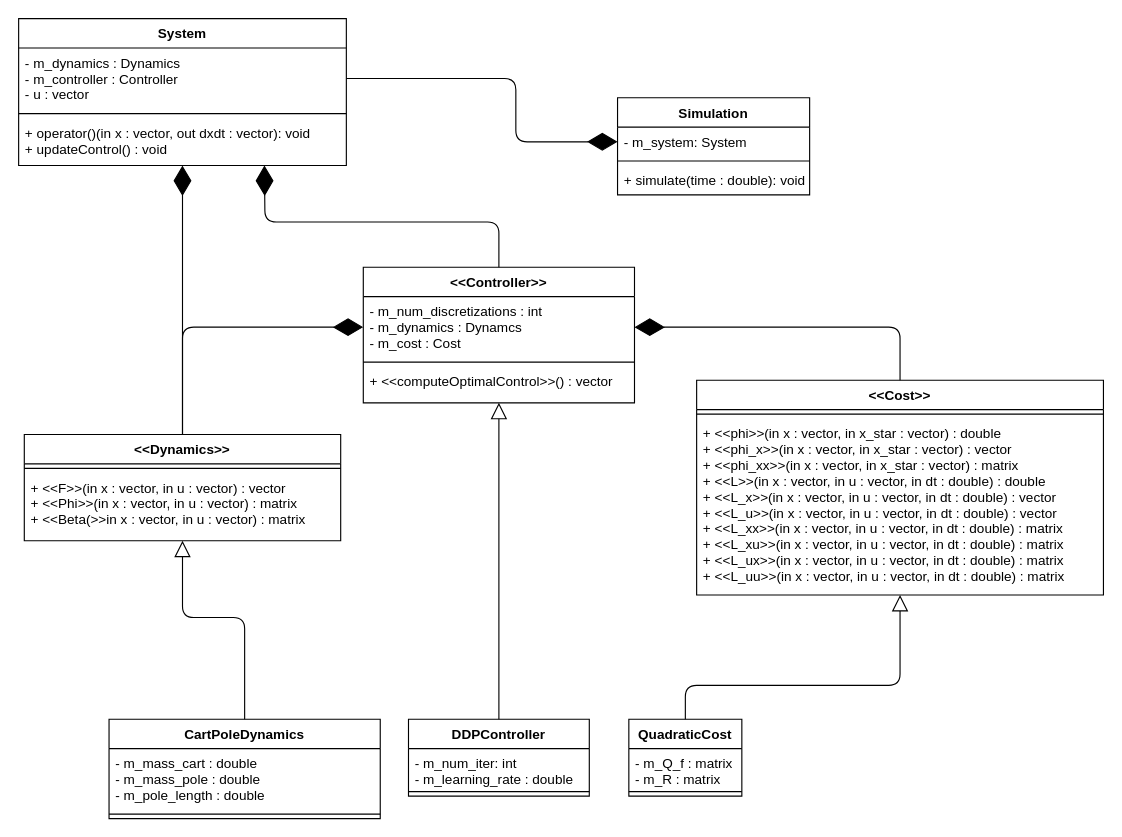
The draw.io diagram doc/mpc-sim-class-diagram.drawio in maitreyakv/aav-sim, before the edit. Source tidied: cells renumbered, new cells numbered last; positions are measured from the earlier drawing's top-left corner, leaving out a move shared by most shapes. Both pictures are drawn from the tidied source at 113%, with x=0, y=0 at pixel (18, 18).
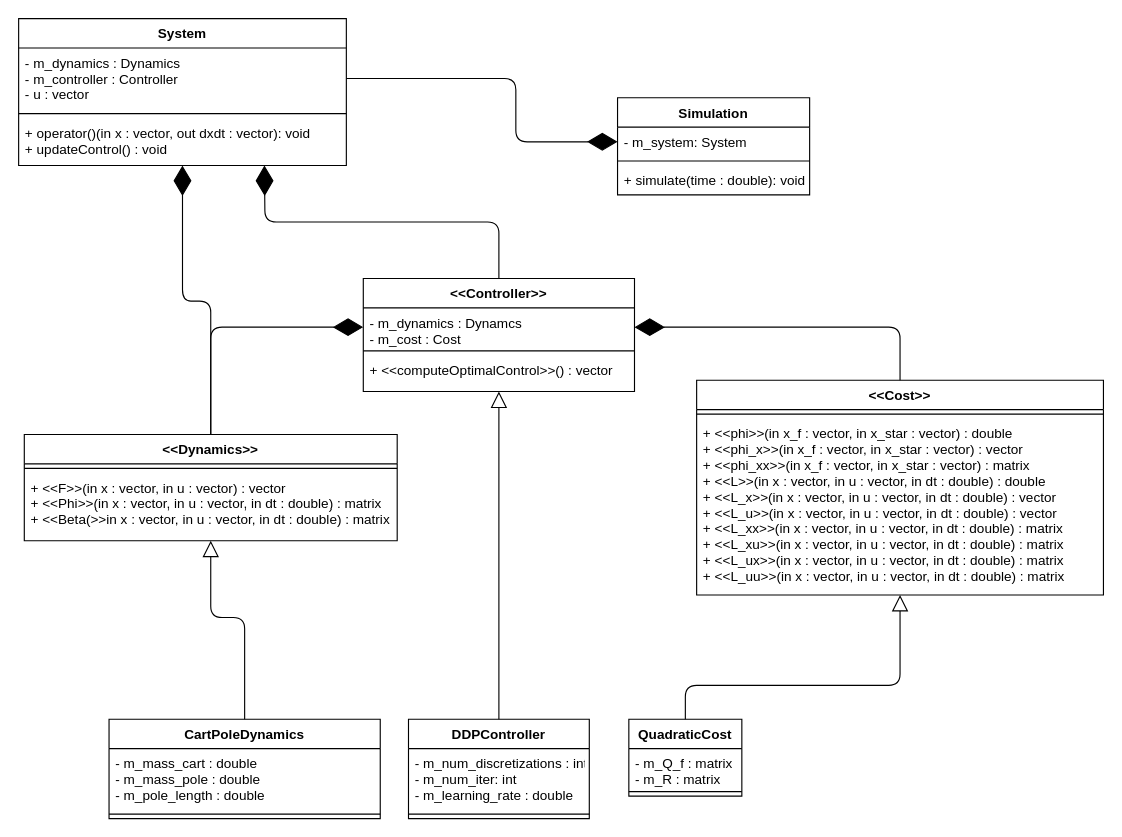
The same page after the edit.

Commit message:
Updated UML class diagram

Unchanged cells that the change refers to:
```xml
<mxCell id="5" value="CartPoleDynamics" style="swimlane;fontStyle=1;align=center;verticalAlign=top;horizontal=1;startSize=26;" parent="1" vertex="1">
  <mxGeometry x="80" y="620" width="240" height="88" as="geometry" />
</mxCell>
<mxCell id="9" value="System" style="swimlane;fontStyle=1;align=center;verticalAlign=top;horizontal=1;startSize=26;" parent="1" vertex="1">
  <mxGeometry width="290" height="130" as="geometry" />
</mxCell>
<mxCell id="13" value="&lt;&lt;Cost&gt;&gt;" style="swimlane;fontStyle=1;align=center;verticalAlign=top;horizontal=1;startSize=26;" parent="1" vertex="1">
  <mxGeometry x="600" y="320" width="360" height="190" as="geometry" />
</mxCell>
```

Diff of the diagram source:
```diff
@@
     <mxCell id="2" value="&lt;&lt;Dynamics&gt;&gt;" style="swimlane;fontStyle=1;align=center;verticalAlign=top;horizontal=1;startSize=26;" parent="1" vertex="1">
-      <mxGeometry x="5" y="368" width="280" height="94" as="geometry" />
+      <mxGeometry x="5" y="368" width="330" height="94" as="geometry" />
     </mxCell>
     <mxCell id="3" style="line;strokeWidth=1;fillColor=none;align=left;verticalAlign=middle;spacingTop=-1;spacingLeft=3;spacingRight=3;labelPosition=right;" parent="2" vertex="1">
-      <mxGeometry y="26" width="280" height="8" as="geometry" />
+      <mxGeometry y="26" width="330" height="8" as="geometry" />
     </mxCell>
-    <mxCell id="4" value="+ &lt;&lt;F&gt;&gt;(in x : vector, in u : vector) : vector&#10;+ &lt;&lt;Phi&gt;&gt;(in x : vector, in u : vector) : matrix&#10;+ &lt;&lt;Beta(&gt;&gt;in x : vector, in u : vector) : matrix" style="text;strokeColor=none;fillColor=none;align=left;verticalAlign=top;spacingLeft=4;spacingRight=4;overflow=hidden;" parent="2" vertex="1">
-      <mxGeometry y="34" width="280" height="60" as="geometry" />
+    <mxCell id="4" value="+ &lt;&lt;F&gt;&gt;(in x : vector, in u : vector) : vector&#10;+ &lt;&lt;Phi&gt;&gt;(in x : vector, in u : vector, in dt : double) : matrix&#10;+ &lt;&lt;Beta(&gt;&gt;in x : vector, in u : vector, in dt : double) : matrix" style="text;strokeColor=none;fillColor=none;align=left;verticalAlign=top;spacingLeft=4;spacingRight=4;overflow=hidden;" parent="2" vertex="1">
+      <mxGeometry y="34" width="330" height="60" as="geometry" />
     </mxCell>
@@
     <mxCell id="8" style="endArrow=block;endFill=0;endSize=12;html=1;exitX=0.5;exitY=0;exitDx=0;exitDy=0;entryX=0.5;entryY=1;entryDx=0;entryDy=0;" parent="1" edge="1" source="5" target="2">
       <mxGeometry relative="1" as="geometry">
         <Array as="points">
           <mxPoint x="200" y="530" />
-          <mxPoint x="145" y="530" />
+          <mxPoint x="170" y="530" />
         </Array>
       </mxGeometry>
     </mxCell>
@@
-    <mxCell id="15" value="+ &lt;&lt;phi&gt;&gt;(in x : vector, in x_star : vector) : double&#10;+ &lt;&lt;phi_x&gt;&gt;(in x : vector, in x_star : vector) : vector&#10;+ &lt;&lt;phi_xx&gt;&gt;(in x : vector, in x_star : vector) : matrix&#10;+ &lt;&lt;L&gt;&gt;(in x : vector, in u : vector, in dt : double) : double&#10;+ &lt;&lt;L_x&gt;&gt;(in x : vector, in u : vector, in dt : double) : vector&#10;+ &lt;&lt;L_u&gt;&gt;(in x : vector, in u : vector, in dt : double) : vector&#10;+ &lt;&lt;L_xx&gt;&gt;(in x : vector, in u : vector, in dt : double) : matrix&#10;+ &lt;&lt;L_xu&gt;&gt;(in x : vector, in u : vector, in dt : double) : matrix&#10;+ &lt;&lt;L_ux&gt;&gt;(in x : vector, in u : vector, in dt : double) : matrix&#10;+ &lt;&lt;L_uu&gt;&gt;(in x : vector, in u : vector, in dt : double) : matrix" style="text;strokeColor=none;fillColor=none;align=left;verticalAlign=top;spacingLeft=4;spacingRight=4;overflow=hidden;" parent="13" vertex="1">
+    <mxCell id="15" value="+ &lt;&lt;phi&gt;&gt;(in x_f : vector, in x_star : vector) : double&#10;+ &lt;&lt;phi_x&gt;&gt;(in x_f : vector, in x_star : vector) : vector&#10;+ &lt;&lt;phi_xx&gt;&gt;(in x_f : vector, in x_star : vector) : matrix&#10;+ &lt;&lt;L&gt;&gt;(in x : vector, in u : vector, in dt : double) : double&#10;+ &lt;&lt;L_x&gt;&gt;(in x : vector, in u : vector, in dt : double) : vector&#10;+ &lt;&lt;L_u&gt;&gt;(in x : vector, in u : vector, in dt : double) : vector&#10;+ &lt;&lt;L_xx&gt;&gt;(in x : vector, in u : vector, in dt : double) : matrix&#10;+ &lt;&lt;L_xu&gt;&gt;(in x : vector, in u : vector, in dt : double) : matrix&#10;+ &lt;&lt;L_ux&gt;&gt;(in x : vector, in u : vector, in dt : double) : matrix&#10;+ &lt;&lt;L_uu&gt;&gt;(in x : vector, in u : vector, in dt : double) : matrix" style="text;strokeColor=none;fillColor=none;align=left;verticalAlign=top;spacingLeft=4;spacingRight=4;overflow=hidden;" parent="13" vertex="1">
       <mxGeometry y="34" width="360" height="156" as="geometry" />
     </mxCell>
@@
     <mxCell id="20" value="&lt;&lt;Controller&gt;&gt;" style="swimlane;fontStyle=1;align=center;verticalAlign=top;horizontal=1;startSize=26;" parent="1" vertex="1">
-      <mxGeometry x="305" y="220" width="240" height="120" as="geometry" />
+      <mxGeometry x="305" y="230" width="240" height="100" as="geometry" />
     </mxCell>
-    <mxCell id="21" value="- m_num_discretizations : int&#10;- m_dynamics : Dynamcs&#10;- m_cost : Cost&#10;&#10;" style="text;strokeColor=none;fillColor=none;align=left;verticalAlign=top;spacingLeft=4;spacingRight=4;overflow=hidden;points=[[0,0.5],[1,0.5]];portConstraint=eastwest;" parent="20" vertex="1">
-      <mxGeometry y="26" width="240" height="54" as="geometry" />
+    <mxCell id="21" value="- m_dynamics : Dynamcs&#10;- m_cost : Cost&#10;&#10;" style="text;strokeColor=none;fillColor=none;align=left;verticalAlign=top;spacingLeft=4;spacingRight=4;overflow=hidden;points=[[0,0.5],[1,0.5]];portConstraint=eastwest;" parent="20" vertex="1">
+      <mxGeometry y="26" width="240" height="34" as="geometry" />
     </mxCell>
     <mxCell id="22" style="line;strokeWidth=1;fillColor=none;align=left;verticalAlign=middle;spacingTop=-1;spacingLeft=3;spacingRight=3;labelPosition=right;" parent="20" vertex="1">
-      <mxGeometry y="80" width="240" height="8" as="geometry" />
+      <mxGeometry y="60" width="240" height="8" as="geometry" />
     </mxCell>
     <mxCell id="23" value="+ &lt;&lt;computeOptimalControl&gt;&gt;() : vector" style="text;strokeColor=none;fillColor=none;align=left;verticalAlign=top;spacingLeft=4;spacingRight=4;overflow=hidden;" parent="20" vertex="1">
-      <mxGeometry y="88" width="240" height="32" as="geometry" />
+      <mxGeometry y="68" width="240" height="32" as="geometry" />
     </mxCell>
     <mxCell id="24" value="DDPController" style="swimlane;fontStyle=1;align=center;verticalAlign=top;horizontal=1;startSize=26;" parent="1" vertex="1">
-      <mxGeometry x="345" y="620" width="160" height="68" as="geometry" />
+      <mxGeometry x="345" y="620" width="160" height="88" as="geometry" />
     </mxCell>
-    <mxCell id="25" value="- m_num_iter: int&#10;- m_learning_rate : double&#10;" style="text;strokeColor=none;fillColor=none;align=left;verticalAlign=top;spacingLeft=4;spacingRight=4;overflow=hidden;" parent="24" vertex="1">
-      <mxGeometry y="26" width="160" height="34" as="geometry" />
+    <mxCell id="25" value="- m_num_discretizations : int&#10;- m_num_iter: int&#10;- m_learning_rate : double&#10;" style="text;strokeColor=none;fillColor=none;align=left;verticalAlign=top;spacingLeft=4;spacingRight=4;overflow=hidden;" parent="24" vertex="1">
+      <mxGeometry y="26" width="160" height="54" as="geometry" />
     </mxCell>
     <mxCell id="26" style="line;strokeWidth=1;fillColor=none;align=left;verticalAlign=middle;spacingTop=-1;spacingLeft=3;spacingRight=3;labelPosition=right;" parent="24" vertex="1">
-      <mxGeometry y="60" width="160" height="8" as="geometry" />
+      <mxGeometry y="80" width="160" height="8" as="geometry" />
     </mxCell>
@@
     <mxCell id="28" style="endArrow=diamondThin;endFill=1;endSize=24;html=1;exitX=0.5;exitY=0;exitDx=0;exitDy=0;entryX=0.5;entryY=1;entryDx=0;entryDy=0;" parent="1" edge="1" source="2" target="9">
-      <mxGeometry relative="1" as="geometry" />
+      <mxGeometry relative="1" as="geometry">
+        <Array as="points">
+          <mxPoint x="170" y="250" />
+          <mxPoint x="145" y="250" />
+        </Array>
+      </mxGeometry>
     </mxCell>
@@
     <mxCell id="30" style="endArrow=diamondThin;endFill=1;endSize=24;html=1;exitX=0.5;exitY=0;exitDx=0;exitDy=0;entryX=0;entryY=0.5;entryDx=0;entryDy=0;" parent="1" edge="1" source="2" target="21">
       <mxGeometry relative="1" as="geometry">
         <Array as="points">
-          <mxPoint x="145" y="273" />
+          <mxPoint x="170" y="273" />
         </Array>
       </mxGeometry>
     </mxCell>
```
